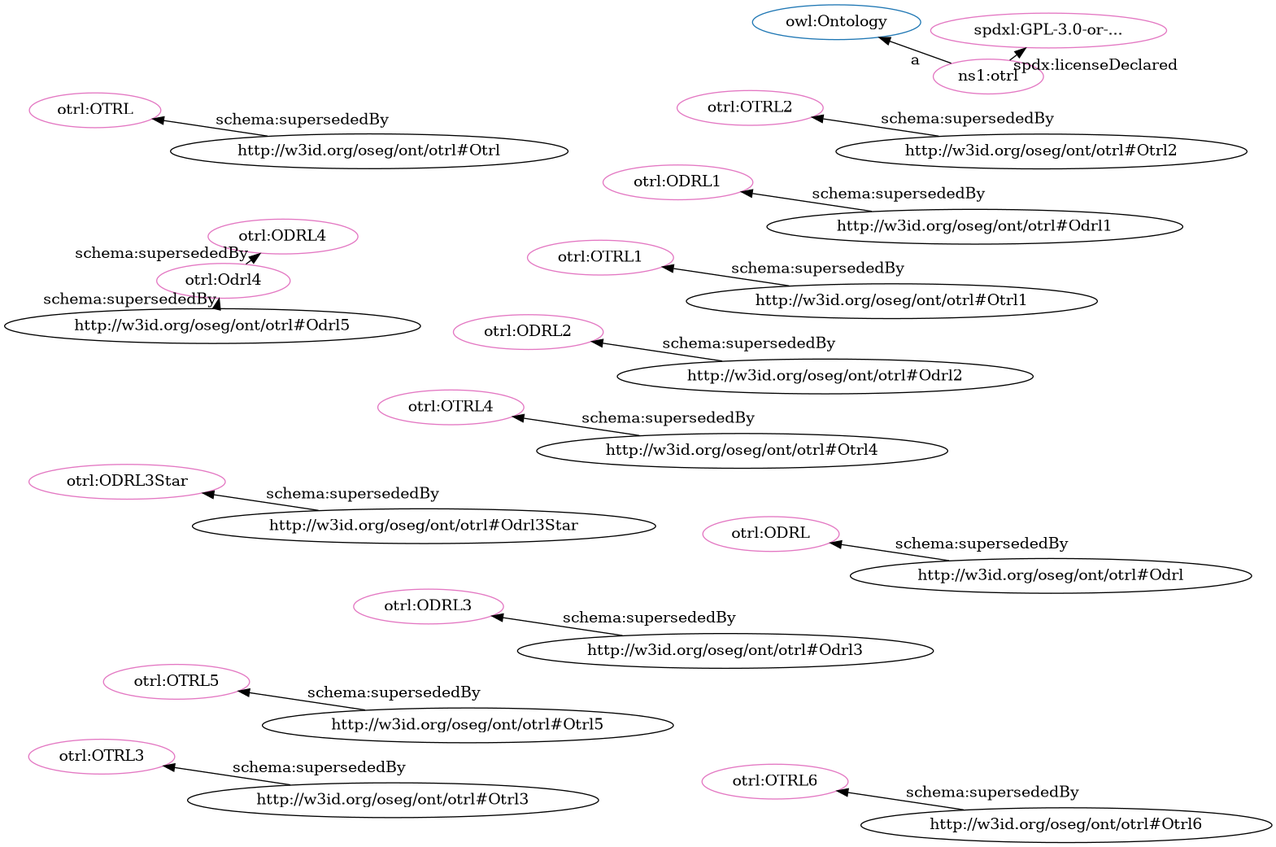
Before: src/spec/fdp_otrl_deprecated.png, a diagram exported from Graphviz (iop-alliance/OpenKnowHow). Its source is kept beside it as src/spec/fdp_otrl_deprecated.dot.
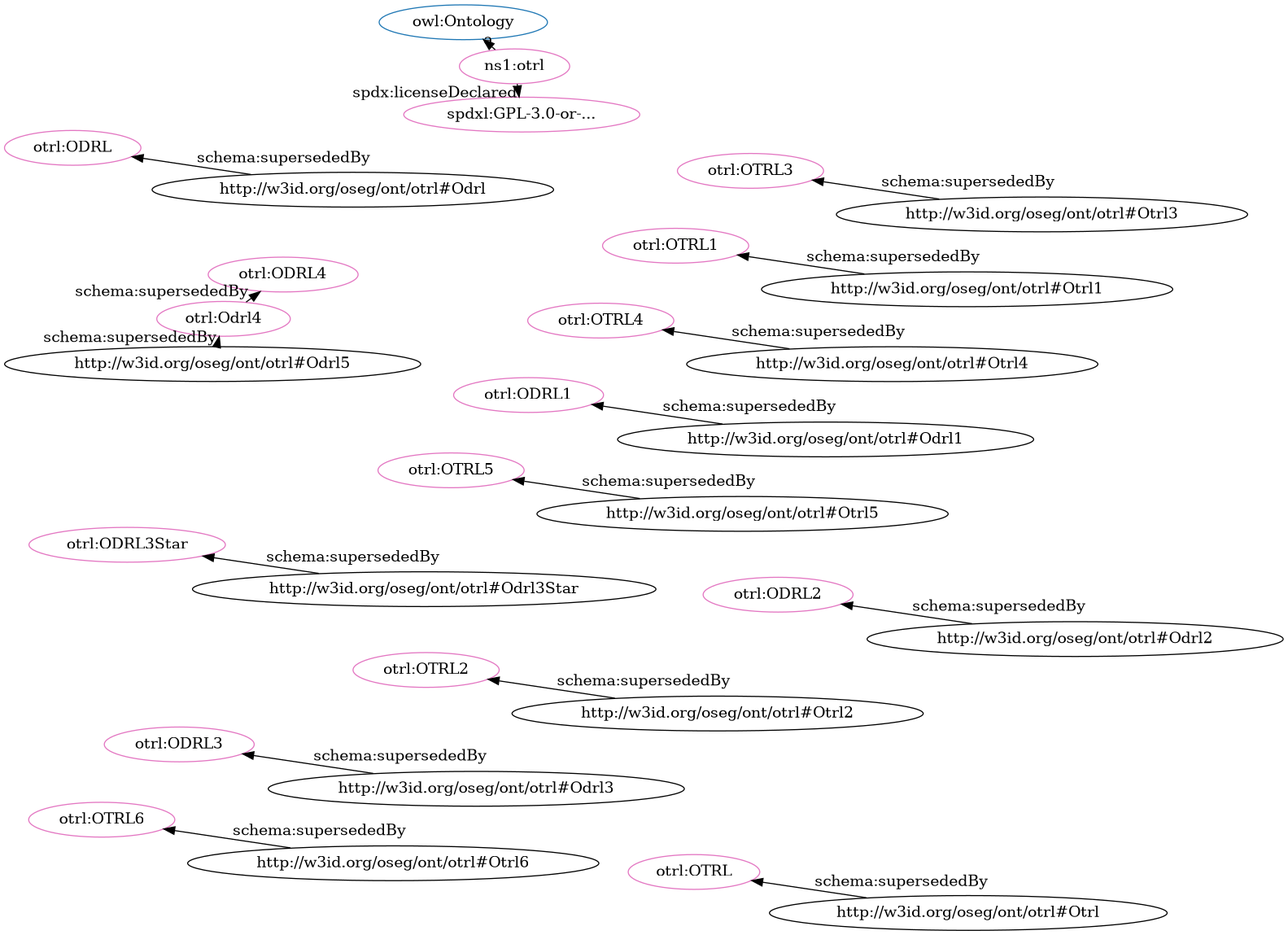
After the change.

Diff of the diagram source:
```diff
@@ -2,36 +2,36 @@
   rankdir=BT
   node[height=.3]
 "http://www.w3.org/2002/07/owl#Ontology" [fillcolor="#1f77b4" color="#1f77b4" label="owl:Ontology"]
+"http://w3id.org/oseg/ont/otrl#OTRL5" [fillcolor="#e377c2" color="#e377c2" label="otrl:OTRL5"]
+"http://w3id.org/oseg/ont/otrl" [fillcolor="#e377c2" color="#e377c2" label="ns1:otrl"]
+"http://w3id.org/oseg/ont/otrl#ODRL1" [fillcolor="#e377c2" color="#e377c2" label="otrl:ODRL1"]
+"http://w3id.org/oseg/ont/otrl#Odrl4" [fillcolor="#e377c2" color="#e377c2" label="otrl:Odrl4"]
+"http://w3id.org/oseg/ont/otrl#OTRL2" [fillcolor="#e377c2" color="#e377c2" label="otrl:OTRL2"]
+"http://spdx.org/licenses/GPL-3.0-or-later" [fillcolor="#e377c2" color="#e377c2" label="spdxl:GPL-3.0-or-..."]
 "http://w3id.org/oseg/ont/otrl#OTRL4" [fillcolor="#e377c2" color="#e377c2" label="otrl:OTRL4"]
-"http://w3id.org/oseg/ont/otrl#ODRL2" [fillcolor="#e377c2" color="#e377c2" label="otrl:ODRL2"]
-"http://spdx.org/licenses/GPL-3.0-or-later" [fillcolor="#e377c2" color="#e377c2" label="spdxl:GPL-3.0-or-..."]
-"http://w3id.org/oseg/ont/otrl#Odrl4" [fillcolor="#e377c2" color="#e377c2" label="otrl:Odrl4"]
+"http://w3id.org/oseg/ont/otrl#OTRL1" [fillcolor="#e377c2" color="#e377c2" label="otrl:OTRL1"]
+"http://w3id.org/oseg/ont/otrl#ODRL3Star" [fillcolor="#e377c2" color="#e377c2" label="otrl:ODRL3Star"]
 "http://w3id.org/oseg/ont/otrl#ODRL3" [fillcolor="#e377c2" color="#e377c2" label="otrl:ODRL3"]
-"http://w3id.org/oseg/ont/otrl#OTRL1" [fillcolor="#e377c2" color="#e377c2" label="otrl:OTRL1"]
-"http://w3id.org/oseg/ont/otrl#ODRL1" [fillcolor="#e377c2" color="#e377c2" label="otrl:ODRL1"]
-"http://w3id.org/oseg/ont/otrl#OTRL5" [fillcolor="#e377c2" color="#e377c2" label="otrl:OTRL5"]
-"http://w3id.org/oseg/ont/otrl#OTRL" [fillcolor="#e377c2" color="#e377c2" label="otrl:OTRL"]
-"http://w3id.org/oseg/ont/otrl" [fillcolor="#e377c2" color="#e377c2" label="ns1:otrl"]
-"http://w3id.org/oseg/ont/otrl#OTRL2" [fillcolor="#e377c2" color="#e377c2" label="otrl:OTRL2"]
-"http://w3id.org/oseg/ont/otrl#ODRL3Star" [fillcolor="#e377c2" color="#e377c2" label="otrl:ODRL3Star"]
+"http://w3id.org/oseg/ont/otrl#ODRL4" [fillcolor="#e377c2" color="#e377c2" label="otrl:ODRL4"]
 "http://w3id.org/oseg/ont/otrl#OTRL3" [fillcolor="#e377c2" color="#e377c2" label="otrl:OTRL3"]
 "http://w3id.org/oseg/ont/otrl#OTRL6" [fillcolor="#e377c2" color="#e377c2" label="otrl:OTRL6"]
-"http://w3id.org/oseg/ont/otrl#ODRL4" [fillcolor="#e377c2" color="#e377c2" label="otrl:ODRL4"]
+"http://w3id.org/oseg/ont/otrl#OTRL" [fillcolor="#e377c2" color="#e377c2" label="otrl:OTRL"]
 "http://w3id.org/oseg/ont/otrl#ODRL" [fillcolor="#e377c2" color="#e377c2" label="otrl:ODRL"]
+"http://w3id.org/oseg/ont/otrl#ODRL2" [fillcolor="#e377c2" color="#e377c2" label="otrl:ODRL2"]
+  "http://w3id.org/oseg/ont/otrl#Odrl2" -> "http://w3id.org/oseg/ont/otrl#ODRL2" [label="schema:supersededBy"]
+  "http://w3id.org/oseg/ont/otrl#Otrl5" -> "http://w3id.org/oseg/ont/otrl#OTRL5" [label="schema:supersededBy"]
+  "http://w3id.org/oseg/ont/otrl" -> "http://www.w3.org/2002/07/owl#Ontology" [label="a"]
+  "http://w3id.org/oseg/ont/otrl#Odrl1" -> "http://w3id.org/oseg/ont/otrl#ODRL1" [label="schema:supersededBy"]
+  "http://w3id.org/oseg/ont/otrl#Odrl5" -> "http://w3id.org/oseg/ont/otrl#Odrl4" [label="schema:supersededBy"]
+  "http://w3id.org/oseg/ont/otrl" -> "http://spdx.org/licenses/GPL-3.0-or-later" [label="spdx:licenseDeclared"]
   "http://w3id.org/oseg/ont/otrl#Otrl4" -> "http://w3id.org/oseg/ont/otrl#OTRL4" [label="schema:supersededBy"]
-  "http://w3id.org/oseg/ont/otrl#Odrl2" -> "http://w3id.org/oseg/ont/otrl#ODRL2" [label="schema:supersededBy"]
-  "http://w3id.org/oseg/ont/otrl" -> "http://spdx.org/licenses/GPL-3.0-or-later" [label="spdx:licenseDeclared"]
-  "http://w3id.org/oseg/ont/otrl#Odrl5" -> "http://w3id.org/oseg/ont/otrl#Odrl4" [label="schema:supersededBy"]
+  "http://w3id.org/oseg/ont/otrl#Otrl1" -> "http://w3id.org/oseg/ont/otrl#OTRL1" [label="schema:supersededBy"]
+  "http://w3id.org/oseg/ont/otrl#Odrl" -> "http://w3id.org/oseg/ont/otrl#ODRL" [label="schema:supersededBy"]
+  "http://w3id.org/oseg/ont/otrl#Odrl3Star" -> "http://w3id.org/oseg/ont/otrl#ODRL3Star" [label="schema:supersededBy"]
   "http://w3id.org/oseg/ont/otrl#Odrl3" -> "http://w3id.org/oseg/ont/otrl#ODRL3" [label="schema:supersededBy"]
-  "http://w3id.org/oseg/ont/otrl#Odrl1" -> "http://w3id.org/oseg/ont/otrl#ODRL1" [label="schema:supersededBy"]
-  "http://w3id.org/oseg/ont/otrl#Otrl5" -> "http://w3id.org/oseg/ont/otrl#OTRL5" [label="schema:supersededBy"]
-  "http://w3id.org/oseg/ont/otrl#Otrl" -> "http://w3id.org/oseg/ont/otrl#OTRL" [label="schema:supersededBy"]
-  "http://w3id.org/oseg/ont/otrl" -> "http://www.w3.org/2002/07/owl#Ontology" [label="a"]
-  "http://w3id.org/oseg/ont/otrl#Otrl2" -> "http://w3id.org/oseg/ont/otrl#OTRL2" [label="schema:supersededBy"]
-  "http://w3id.org/oseg/ont/otrl#Odrl3Star" -> "http://w3id.org/oseg/ont/otrl#ODRL3Star" [label="schema:supersededBy"]
+  "http://w3id.org/oseg/ont/otrl#Odrl4" -> "http://w3id.org/oseg/ont/otrl#ODRL4" [label="schema:supersededBy"]
   "http://w3id.org/oseg/ont/otrl#Otrl3" -> "http://w3id.org/oseg/ont/otrl#OTRL3" [label="schema:supersededBy"]
   "http://w3id.org/oseg/ont/otrl#Otrl6" -> "http://w3id.org/oseg/ont/otrl#OTRL6" [label="schema:supersededBy"]
-  "http://w3id.org/oseg/ont/otrl#Odrl4" -> "http://w3id.org/oseg/ont/otrl#ODRL4" [label="schema:supersededBy"]
-  "http://w3id.org/oseg/ont/otrl#Otrl1" -> "http://w3id.org/oseg/ont/otrl#OTRL1" [label="schema:supersededBy"]
-  "http://w3id.org/oseg/ont/otrl#Odrl" -> "http://w3id.org/oseg/ont/otrl#ODRL" [label="schema:supersededBy"]
+  "http://w3id.org/oseg/ont/otrl#Otrl" -> "http://w3id.org/oseg/ont/otrl#OTRL" [label="schema:supersededBy"]
+  "http://w3id.org/oseg/ont/otrl#Otrl2" -> "http://w3id.org/oseg/ont/otrl#OTRL2" [label="schema:supersededBy"]
 }
```
